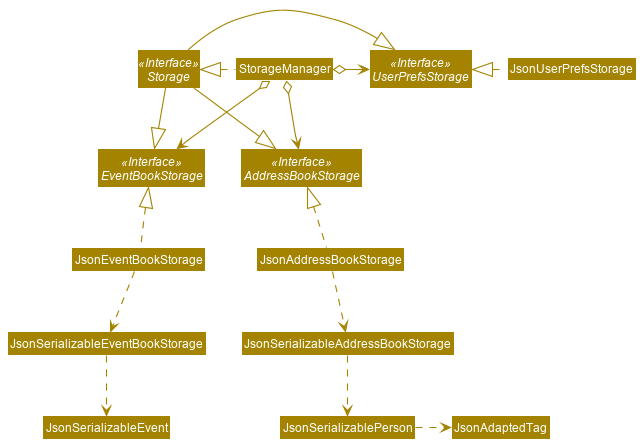
Earlier version of the PlantUML export docs/images/StorageClassDiagram.png (nus-cs2103-AY2021S2/tp).
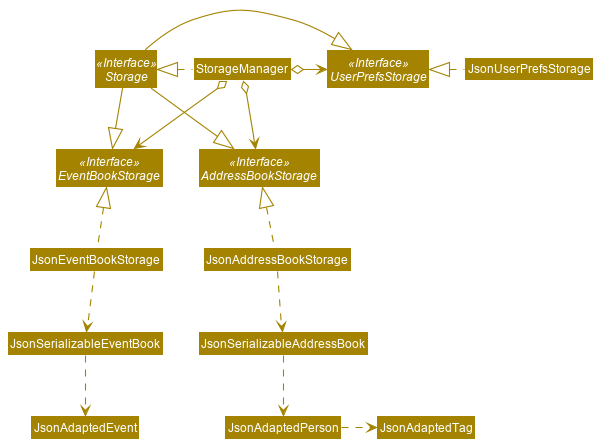
The same diagram one commit later.

Commit message:
Fix typo in storageclassdiagram

Change to the diagram source:
```diff
@@ -25,11 +25,11 @@
 
 JsonUserPrefsStorage .left.|> UserPrefsStorage
 JsonAddressBookStorage .up.|> AddressBookStorage
-JsonAddressBookStorage .down.> JsonSerializableAddressBookStorage
-JsonSerializableAddressBookStorage .down.> JsonSerializablePerson
-JsonSerializablePerson .right.> JsonAdaptedTag
+JsonAddressBookStorage .down.> JsonSerializableAddressBook
+JsonSerializableAddressBook .down.> JsonAdaptedPerson
+JsonAdaptedPerson .right.> JsonAdaptedTag
 
 JsonEventBookStorage .up.|> EventBookStorage
-JsonEventBookStorage .down.> JsonSerializableEventBookStorage
-JsonSerializableEventBookStorage .down.> JsonSerializableEvent
+JsonEventBookStorage .down.> JsonSerializableEventBook
+JsonSerializableEventBook .down.> JsonAdaptedEvent
 @enduml
```
